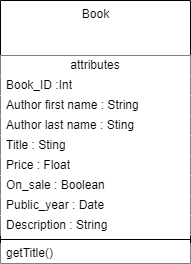
Above: Book.drawio.png in Chinglew/test101 (draw.io), before the change. Source tidied: cells renumbered, new cells last; positions are measured from the earlier drawing's top-left corner, leaving out a move shared by most shapes.
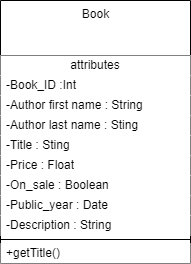
Later version of the same file.

Change to the diagram source:
```diff
@@ -8,34 +8,34 @@
     <mxCell id="3" value="attributes" style="text;html=1;strokeColor=none;fillColor=default;align=center;verticalAlign=middle;spacingLeft=4;spacingRight=4;overflow=hidden;labelBackgroundColor=default;" parent="2" vertex="1">
       <mxGeometry y="55" width="190" height="20" as="geometry" />
     </mxCell>
-    <mxCell id="4" value="Book_ID :Int" style="text;html=1;strokeColor=none;fillColor=default;align=left;verticalAlign=middle;spacingLeft=4;spacingRight=4;overflow=hidden;labelBackgroundColor=default;" parent="2" vertex="1">
+    <mxCell id="4" value="-Book_ID :Int" style="text;html=1;strokeColor=none;fillColor=default;align=left;verticalAlign=middle;spacingLeft=4;spacingRight=4;overflow=hidden;labelBackgroundColor=default;" parent="2" vertex="1">
       <mxGeometry y="75" width="190" height="20" as="geometry" />
     </mxCell>
-    <mxCell id="5" value="Author first name : String" style="text;html=1;strokeColor=none;fillColor=default;align=left;verticalAlign=middle;spacingLeft=4;spacingRight=4;overflow=hidden;labelBackgroundColor=default;" parent="2" vertex="1">
+    <mxCell id="5" value="-Author first name : String" style="text;html=1;strokeColor=none;fillColor=default;align=left;verticalAlign=middle;spacingLeft=4;spacingRight=4;overflow=hidden;labelBackgroundColor=default;" parent="2" vertex="1">
       <mxGeometry y="95" width="190" height="20" as="geometry" />
     </mxCell>
-    <mxCell id="6" value="Author last name : Sting" style="text;html=1;strokeColor=none;fillColor=default;align=left;verticalAlign=middle;spacingLeft=4;spacingRight=4;overflow=hidden;labelBackgroundColor=default;" parent="2" vertex="1">
+    <mxCell id="6" value="-Author last name : Sting" style="text;html=1;strokeColor=none;fillColor=default;align=left;verticalAlign=middle;spacingLeft=4;spacingRight=4;overflow=hidden;labelBackgroundColor=default;" parent="2" vertex="1">
       <mxGeometry y="115" width="190" height="20" as="geometry" />
     </mxCell>
-    <mxCell id="7" value="Title : Sting" style="text;html=1;strokeColor=none;fillColor=default;align=left;verticalAlign=middle;spacingLeft=4;spacingRight=4;overflow=hidden;labelBackgroundColor=default;" parent="2" vertex="1">
+    <mxCell id="7" value="-Title : Sting" style="text;html=1;strokeColor=none;fillColor=default;align=left;verticalAlign=middle;spacingLeft=4;spacingRight=4;overflow=hidden;labelBackgroundColor=default;" parent="2" vertex="1">
       <mxGeometry y="135" width="190" height="20" as="geometry" />
     </mxCell>
-    <mxCell id="8" value="Price : Float" style="text;html=1;strokeColor=none;fillColor=default;align=left;verticalAlign=middle;spacingLeft=4;spacingRight=4;overflow=hidden;labelBackgroundColor=default;" parent="2" vertex="1">
+    <mxCell id="8" value="-Price : Float" style="text;html=1;strokeColor=none;fillColor=default;align=left;verticalAlign=middle;spacingLeft=4;spacingRight=4;overflow=hidden;labelBackgroundColor=default;" parent="2" vertex="1">
       <mxGeometry y="155" width="190" height="20" as="geometry" />
     </mxCell>
-    <mxCell id="9" value="On_sale : Boolean" style="text;html=1;strokeColor=none;fillColor=default;align=left;verticalAlign=middle;spacingLeft=4;spacingRight=4;overflow=hidden;labelBackgroundColor=default;" parent="2" vertex="1">
+    <mxCell id="9" value="-On_sale : Boolean" style="text;html=1;strokeColor=none;fillColor=default;align=left;verticalAlign=middle;spacingLeft=4;spacingRight=4;overflow=hidden;labelBackgroundColor=default;" parent="2" vertex="1">
       <mxGeometry y="175" width="190" height="20" as="geometry" />
     </mxCell>
-    <mxCell id="10" value="Public_year : Date" style="text;html=1;strokeColor=none;fillColor=default;align=left;verticalAlign=middle;spacingLeft=4;spacingRight=4;overflow=hidden;labelBackgroundColor=default;" parent="2" vertex="1">
+    <mxCell id="10" value="-Public_year : Date" style="text;html=1;strokeColor=none;fillColor=default;align=left;verticalAlign=middle;spacingLeft=4;spacingRight=4;overflow=hidden;labelBackgroundColor=default;" parent="2" vertex="1">
       <mxGeometry y="195" width="190" height="20" as="geometry" />
     </mxCell>
-    <mxCell id="11" value="Description : String" style="text;html=1;strokeColor=none;fillColor=default;align=left;verticalAlign=middle;spacingLeft=4;spacingRight=4;overflow=hidden;labelBackgroundColor=default;" parent="2" vertex="1">
+    <mxCell id="11" value="-Description : String" style="text;html=1;strokeColor=none;fillColor=default;align=left;verticalAlign=middle;spacingLeft=4;spacingRight=4;overflow=hidden;labelBackgroundColor=default;" parent="2" vertex="1">
       <mxGeometry y="215" width="190" height="20" as="geometry" />
     </mxCell>
     <mxCell id="12" style="line;strokeWidth=1;fillColor=default;align=left;verticalAlign=middle;spacingTop=-1;spacingLeft=3;spacingRight=3;labelPosition=right;labelBackgroundColor=default;" parent="2" vertex="1">
       <mxGeometry y="235" width="190" height="8" as="geometry" />
     </mxCell>
-    <mxCell id="13" value="getTitle()" style="text;html=1;strokeColor=none;fillColor=default;align=left;verticalAlign=middle;spacingLeft=4;spacingRight=4;overflow=hidden;labelBackgroundColor=default;" parent="2" vertex="1">
+    <mxCell id="13" value="+getTitle()" style="text;html=1;strokeColor=none;fillColor=default;align=left;verticalAlign=middle;spacingLeft=4;spacingRight=4;overflow=hidden;labelBackgroundColor=default;" parent="2" vertex="1">
       <mxGeometry y="243" width="190" height="20" as="geometry" />
     </mxCell>
   </root>
```
